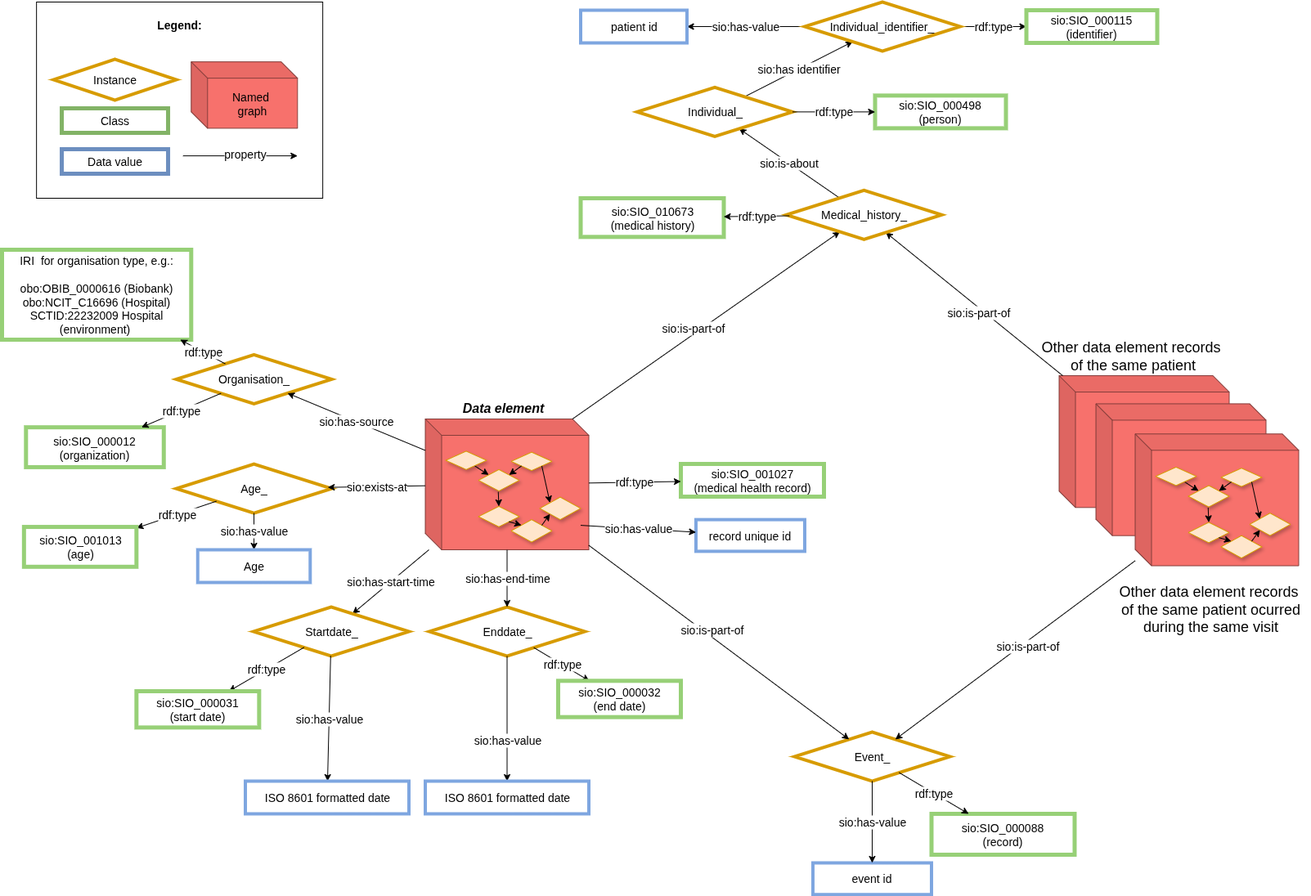
The draw.io diagram images/CARE-SM-Context.drawio.png in CARE-SM/CARE-Semantic-Model, before a commit. Source tidied: cells renumbered, new cells last; positions are measured from the earlier drawing's top-left corner, leaving out a move shared by most shapes.
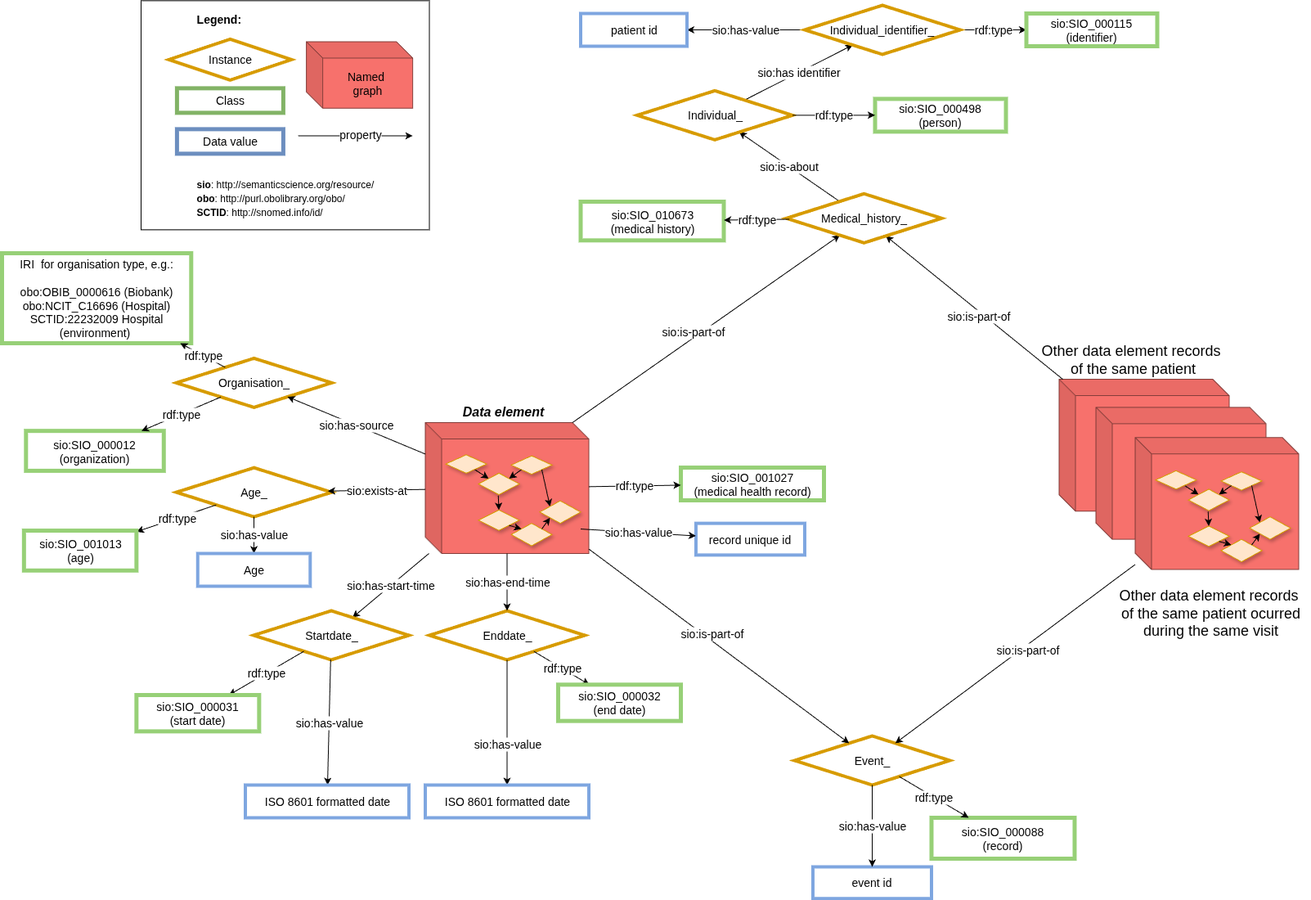
After the commit.

Diff of the diagram source:
```diff
@@ -115,22 +115,22 @@
     <mxCell id="38" value="&lt;i style=&quot;&quot;&gt;&lt;b style=&quot;&quot;&gt;&lt;font style=&quot;font-size: 16px;&quot;&gt;Data element&lt;/font&gt;&lt;/b&gt;&lt;/i&gt;" style="text;html=1;strokeColor=none;fillColor=none;align=center;verticalAlign=middle;whiteSpace=wrap;rounded=0;fontSize=14;" parent="1" vertex="1">
       <mxGeometry x="552.5" y="480.6" width="120" height="30" as="geometry" />
     </mxCell>
-    <mxCell id="39" value="&lt;div style=&quot;text-align: left; font-size: 14px;&quot;&gt;&lt;span style=&quot;background-color: initial; font-size: 14px;&quot;&gt;&lt;b style=&quot;font-size: 14px;&quot;&gt;&lt;font style=&quot;font-size: 14px;&quot;&gt;Legend:&lt;/font&gt;&lt;/b&gt;&lt;/span&gt;&lt;/div&gt;&lt;div style=&quot;text-align: left; font-size: 14px;&quot;&gt;&lt;span style=&quot;background-color: initial; font-size: 14px;&quot;&gt;&lt;br style=&quot;font-size: 14px;&quot;&gt;&lt;/span&gt;&lt;/div&gt;&lt;div style=&quot;text-align: left; font-size: 14px;&quot;&gt;&lt;br&gt;&lt;/div&gt;&lt;div style=&quot;text-align: left; font-size: 14px;&quot;&gt;&lt;br&gt;&lt;/div&gt;&lt;div style=&quot;text-align: left; font-size: 14px;&quot;&gt;&lt;span style=&quot;background-color: initial; font-size: 14px;&quot;&gt;&lt;br style=&quot;font-size: 14px;&quot;&gt;&lt;/span&gt;&lt;/div&gt;&lt;div style=&quot;text-align: left; font-size: 14px;&quot;&gt;&lt;span style=&quot;background-color: initial; font-size: 14px;&quot;&gt;&lt;br style=&quot;font-size: 14px;&quot;&gt;&lt;/span&gt;&lt;/div&gt;&lt;div style=&quot;text-align: left; font-size: 14px;&quot;&gt;&lt;span style=&quot;background-color: initial; font-size: 14px;&quot;&gt;&lt;br style=&quot;font-size: 14px;&quot;&gt;&lt;/span&gt;&lt;/div&gt;&lt;div style=&quot;text-align: left; font-size: 14px;&quot;&gt;&lt;span style=&quot;background-color: initial; font-size: 14px;&quot;&gt;&lt;br style=&quot;font-size: 14px;&quot;&gt;&lt;/span&gt;&lt;/div&gt;&lt;div style=&quot;text-align: left; font-size: 14px;&quot;&gt;&lt;span style=&quot;background-color: initial; font-size: 14px;&quot;&gt;&lt;br style=&quot;font-size: 14px;&quot;&gt;&lt;/span&gt;&lt;/div&gt;&lt;div style=&quot;text-align: left; font-size: 14px;&quot;&gt;&lt;span style=&quot;background-color: initial; font-size: 14px;&quot;&gt;&lt;br style=&quot;font-size: 14px;&quot;&gt;&lt;/span&gt;&lt;/div&gt;&lt;div style=&quot;text-align: left; font-size: 14px;&quot;&gt;&lt;span style=&quot;background-color: initial; font-size: 14px;&quot;&gt;&lt;br style=&quot;font-size: 14px;&quot;&gt;&lt;/span&gt;&lt;/div&gt;&lt;div style=&quot;text-align: left; font-size: 14px;&quot;&gt;&lt;span style=&quot;background-color: initial; font-size: 14px;&quot;&gt;&lt;br style=&quot;font-size: 14px;&quot;&gt;&lt;/span&gt;&lt;/div&gt;" style="rounded=0;whiteSpace=wrap;html=1;fontSize=14;" parent="1" vertex="1">
-      <mxGeometry x="42.1" width="350" height="240" as="geometry" />
+    <mxCell id="39" value="&lt;div style=&quot;text-align: left; font-size: 14px;&quot;&gt;&lt;div&gt;&lt;b style=&quot;background-color: initial; color: light-dark(rgb(0, 0, 0), rgb(255, 255, 255));&quot;&gt;Legend:&lt;/b&gt;&lt;/div&gt;&lt;div&gt;&lt;br&gt;&lt;/div&gt;&lt;div&gt;&lt;span style=&quot;background-color: initial;&quot;&gt;&lt;br&gt;&lt;/span&gt;&lt;/div&gt;&lt;div&gt;&lt;br&gt;&lt;/div&gt;&lt;div&gt;&lt;br&gt;&lt;/div&gt;&lt;div&gt;&lt;br&gt;&lt;/div&gt;&lt;div&gt;&lt;br&gt;&lt;/div&gt;&lt;div&gt;&lt;br&gt;&lt;/div&gt;&lt;div&gt;&lt;span style=&quot;background-color: initial;&quot;&gt;&lt;br&gt;&lt;/span&gt;&lt;/div&gt;&lt;div&gt;&lt;span style=&quot;background-color: initial;&quot;&gt;&lt;br&gt;&lt;/span&gt;&lt;/div&gt;&lt;div&gt;&lt;span style=&quot;background-color: initial;&quot;&gt;&lt;br&gt;&lt;/span&gt;&lt;/div&gt;&lt;div&gt;&lt;span style=&quot;background-color: initial;&quot;&gt;&lt;br&gt;&lt;/span&gt;&lt;/div&gt;&lt;div&gt;&lt;b style=&quot;background-color: transparent; color: light-dark(rgb(0, 0, 0), rgb(255, 255, 255)); font-size: 12px; text-align: center;&quot;&gt;sio&lt;/b&gt;&lt;span style=&quot;background-color: transparent; color: light-dark(rgb(0, 0, 0), rgb(255, 255, 255)); font-size: 12px; text-align: center;&quot;&gt;: http://semanticscience.org/resource/&lt;/span&gt;&lt;/div&gt;&lt;div&gt;&lt;span style=&quot;font-size: 12px; background-color: transparent; color: light-dark(rgb(0, 0, 0), rgb(255, 255, 255)); text-align: center;&quot;&gt;&lt;b&gt;obo&lt;/b&gt;:&amp;nbsp;&lt;/span&gt;&lt;span style=&quot;background-color: transparent; text-align: center; font-size: 12px;&quot;&gt;http://purl.obolibrary.org/obo/&lt;/span&gt;&lt;/div&gt;&lt;div&gt;&lt;div&gt;&lt;span style=&quot;background-color: initial; color: light-dark(rgb(0, 0, 0), rgb(255, 255, 255)); font-size: 12px;&quot;&gt;&lt;b&gt;SCTID&lt;/b&gt;:&amp;nbsp;&lt;/span&gt;&lt;span style=&quot;background-color: transparent; color: light-dark(rgb(0, 0, 0), rgb(255, 255, 255)); font-size: 12px; text-align: center;&quot;&gt;http://snomed.info/id/&lt;/span&gt;&lt;/div&gt;&lt;/div&gt;&lt;/div&gt;" style="rounded=0;whiteSpace=wrap;html=1;fontSize=14;" parent="1" vertex="1">
+      <mxGeometry x="170" y="-5.6" width="352.5" height="280" as="geometry" />
     </mxCell>
     <mxCell id="40" value="Class" style="whiteSpace=wrap;html=1;fillColor=#FFFFFF;strokeColor=#82b366;strokeWidth=5;fontSize=14;" parent="1" vertex="1">
-      <mxGeometry x="73" y="130" width="130" height="30" as="geometry" />
+      <mxGeometry x="213.9" y="101.4" width="130" height="30" as="geometry" />
     </mxCell>
     <mxCell id="41" value="Instance" style="rhombus;whiteSpace=wrap;html=1;fillColor=default;strokeColor=#D79B00;rotation=0;perimeter=rhombusPerimeter;arcSize=20;comic=0;enumerate=0;strokeWidth=4;rounded=0;fontSize=14;" parent="1" vertex="1">
-      <mxGeometry x="63" y="70" width="150" height="50" as="geometry" />
+      <mxGeometry x="203.9" y="41.4" width="150" height="50" as="geometry" />
     </mxCell>
     <mxCell id="42" value="Data value" style="whiteSpace=wrap;html=1;fillColor=#FFFFFF;strokeColor=#6c8ebf;strokeWidth=5;fontSize=14;" parent="1" vertex="1">
-      <mxGeometry x="73" y="180" width="130" height="30" as="geometry" />
+      <mxGeometry x="213.9" y="151.4" width="130" height="30" as="geometry" />
     </mxCell>
     <mxCell id="43" value="property" style="rounded=0;orthogonalLoop=1;jettySize=auto;html=1;exitX=1;exitY=1;exitDx=0;exitDy=0;fontSize=14;" parent="1" edge="1">
       <mxGeometry x="0.09" y="2" relative="1" as="geometry">
-        <mxPoint x="221.3" y="188.1" as="sourcePoint" />
-        <mxPoint x="361.3" y="188.1" as="targetPoint" />
+        <mxPoint x="362.2" y="159.5" as="sourcePoint" />
+        <mxPoint x="502.2" y="159.5" as="targetPoint" />
       </mxGeometry>
     </mxCell>
     <mxCell id="44" value="Enddate_" style="rhombus;whiteSpace=wrap;html=1;fillColor=#FFFFFF;strokeColor=#D79B00;perimeter=rhombusPerimeter;arcSize=20;comic=0;enumerate=0;strokeWidth=4;rounded=0;fontSize=14;" parent="1" vertex="1">
@@ -163,7 +163,7 @@
       </mxGeometry>
     </mxCell>
     <mxCell id="53" value="Named&amp;nbsp;&lt;div&gt;graph&lt;/div&gt;" style="shape=cube;whiteSpace=wrap;html=1;boundedLbl=1;backgroundOutline=1;darkOpacity=0.05;darkOpacity2=0.1;fillColor=#F7716C;strokeColor=#853D3A;fontSize=14;" parent="1" vertex="1">
-      <mxGeometry x="231.3" y="73.1" width="130" height="81.2" as="geometry" />
+      <mxGeometry x="372.2" y="44.5" width="130" height="81.2" as="geometry" />
     </mxCell>
     <mxCell id="54" value="Startdate_" style="rhombus;whiteSpace=wrap;html=1;fillColor=#FFFFFF;strokeColor=#D79B00;perimeter=rhombusPerimeter;arcSize=20;comic=0;enumerate=0;strokeWidth=4;rounded=0;fontSize=14;" parent="1" vertex="1">
       <mxGeometry x="307.5" y="740" width="190" height="60" as="geometry" />
```
